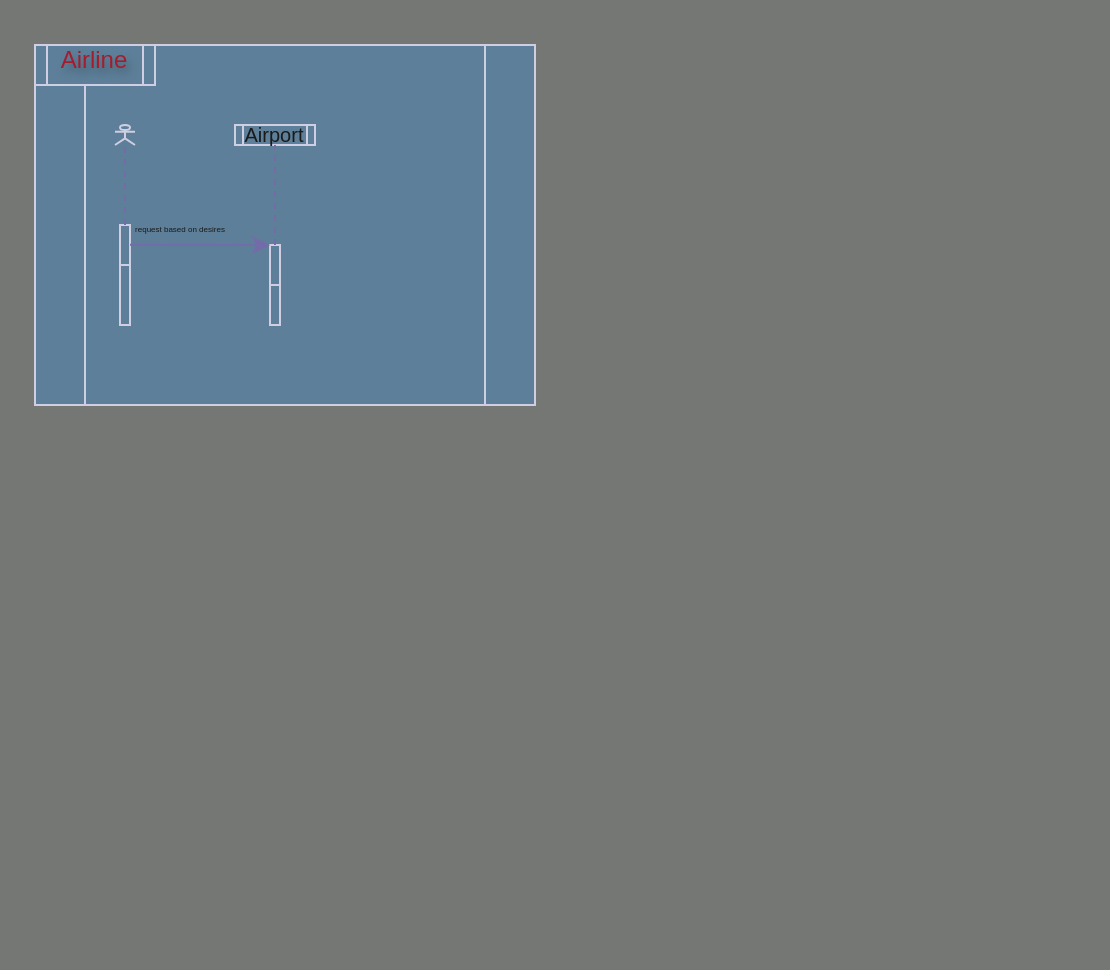
Above: Untitled Diagram.drawio in idibek-alimov/chatbackend (draw.io), before the change. Source tidied: cells renumbered, new cells numbered last; positions are measured from the earlier drawing's top-left corner, leaving out a move shared by most shapes. Both pictures are drawn from the tidied source at 200%, with x=0, y=0 at pixel (34, 34).
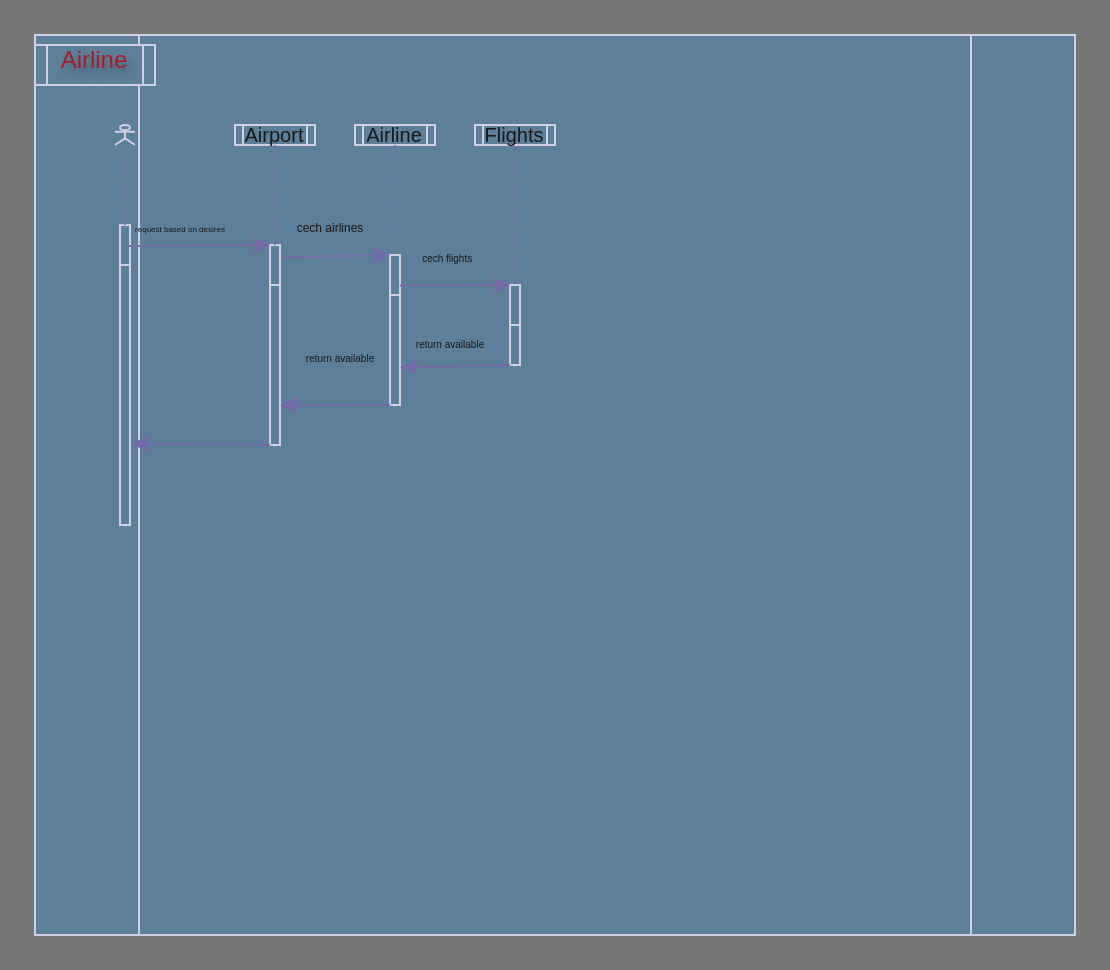
Above is the later version.

What changed in the source:
```diff
@@
     <mxCell id="2" style="shape=process;whiteSpace=wrap;html=1;backgroundOutline=1;labelBackgroundColor=none;fillColor=#5D7F99;strokeColor=#D0CEE2;fontColor=#1A1A1A;" parent="1" vertex="1">
-      <mxGeometry y="5" width="250" height="180" as="geometry" />
+      <mxGeometry width="520" height="450" as="geometry" />
     </mxCell>
@@
     <mxCell id="6" style="shape=internalStorage;whiteSpace=wrap;html=1;backgroundOutline=1;strokeColor=#D0CEE2;fontColor=#1A1A1A;fillColor=#5D7F99;" parent="1" vertex="1">
-      <mxGeometry x="42.5" y="95" width="5" height="50" as="geometry" />
+      <mxGeometry x="42.5" y="95" width="5" height="150" as="geometry" />
     </mxCell>
@@
     <mxCell id="9" style="shape=internalStorage;whiteSpace=wrap;html=1;backgroundOutline=1;strokeColor=#D0CEE2;fontColor=#1A1A1A;fillColor=#5D7F99;" parent="1" vertex="1">
-      <mxGeometry x="117.5" y="105" width="5" height="40" as="geometry" />
+      <mxGeometry x="117.5" y="105" width="5" height="100" as="geometry" />
     </mxCell>
@@
-    <mxCell id="11" style="endArrow=classic;html=1;rounded=0;strokeColor=#736CA8;fontColor=#1A1A1A;exitX=1.006;exitY=0.198;exitDx=0;exitDy=0;exitPerimeter=0;entryX=0;entryY=0;entryDx=0;entryDy=0;" parent="1" edge="1" source="6" target="9">
+    <mxCell id="11" style="endArrow=classic;html=1;rounded=0;strokeColor=#736CA8;fontColor=#1A1A1A;exitX=0.867;exitY=0.07;exitDx=0;exitDy=0;exitPerimeter=0;entryX=0;entryY=0;entryDx=0;entryDy=0;" parent="1" edge="1" source="6" target="9">
       <mxGeometry relative="1" as="geometry" />
     </mxCell>
@@
+    <mxCell id="13" value="&lt;font size=&quot;1&quot;&gt;Airline&lt;/font&gt;" style="shape=process;whiteSpace=wrap;html=1;backgroundOutline=1;strokeColor=#D0CEE2;fontColor=#1A1A1A;fillColor=#5D7F99;" parent="1" vertex="1">
+      <mxGeometry x="160" y="45" width="40" height="10" as="geometry" />
+    </mxCell>
+    <mxCell id="14" style="endArrow=none;dashed=1;html=1;rounded=0;strokeColor=#736CA8;fontColor=#1A1A1A;exitX=0.5;exitY=0;exitDx=0;exitDy=0;entryX=0.5;entryY=1;entryDx=0;entryDy=0;" parent="1" edge="1" source="15" target="13">
+      <mxGeometry relative="1" as="geometry" />
+    </mxCell>
+    <mxCell id="15" style="shape=internalStorage;whiteSpace=wrap;html=1;backgroundOutline=1;strokeColor=#D0CEE2;fontColor=#1A1A1A;fillColor=#5D7F99;" parent="1" vertex="1">
+      <mxGeometry x="177.5" y="110" width="5" height="75" as="geometry" />
+    </mxCell>
+    <mxCell id="16" style="endArrow=classic;html=1;rounded=0;strokeColor=#736CA8;fontColor=#1A1A1A;exitX=1.17;exitY=0.061;exitDx=0;exitDy=0;exitPerimeter=0;entryX=0;entryY=0;entryDx=0;entryDy=0;" parent="1" edge="1" source="9" target="15">
+      <mxGeometry relative="1" as="geometry" />
+    </mxCell>
+    <mxCell id="17" value="&lt;font style=&quot;font-size: 6px;&quot;&gt;cech airlines&lt;/font&gt;" style="text;html=1;align=center;verticalAlign=middle;whiteSpace=wrap;rounded=0;fontColor=#1A1A1A;" parent="1" vertex="1">
+      <mxGeometry x="117.5" y="80" width="60" height="30" as="geometry" />
+    </mxCell>
+    <mxCell id="18" value="&lt;font size=&quot;1&quot;&gt;Flights&lt;/font&gt;" style="shape=process;whiteSpace=wrap;html=1;backgroundOutline=1;strokeColor=#D0CEE2;fontColor=#1A1A1A;fillColor=#5D7F99;" parent="1" vertex="1">
+      <mxGeometry x="220" y="45" width="40" height="10" as="geometry" />
+    </mxCell>
+    <mxCell id="19" style="endArrow=none;dashed=1;html=1;rounded=0;strokeColor=#736CA8;fontColor=#1A1A1A;exitX=0.5;exitY=0;exitDx=0;exitDy=0;entryX=0.5;entryY=1;entryDx=0;entryDy=0;" parent="1" edge="1" source="20" target="18">
+      <mxGeometry relative="1" as="geometry" />
+    </mxCell>
+    <mxCell id="20" style="shape=internalStorage;whiteSpace=wrap;html=1;backgroundOutline=1;strokeColor=#D0CEE2;fontColor=#1A1A1A;fillColor=#5D7F99;" parent="1" vertex="1">
+      <mxGeometry x="237.5" y="125" width="5" height="40" as="geometry" />
+    </mxCell>
+    <mxCell id="21" value="&lt;font style=&quot;font-size: 5px;&quot;&gt;cech flights&amp;nbsp;&amp;nbsp;&lt;/font&gt;" style="text;html=1;align=center;verticalAlign=middle;whiteSpace=wrap;rounded=0;fontColor=#1A1A1A;" parent="1" vertex="1">
+      <mxGeometry x="177.5" y="95" width="60" height="30" as="geometry" />
+    </mxCell>
+    <mxCell id="22" style="endArrow=classic;html=1;rounded=0;strokeColor=#736CA8;fontColor=#1A1A1A;exitX=0.082;exitY=1.008;exitDx=0;exitDy=0;exitPerimeter=0;entryX=0;entryY=0;entryDx=0;entryDy=0;" parent="1" edge="1" source="21" target="20">
+      <mxGeometry relative="1" as="geometry" />
+    </mxCell>
+    <mxCell id="23" style="endArrow=classic;html=1;rounded=0;strokeColor=#736CA8;fontColor=#1A1A1A;exitX=0;exitY=1;exitDx=0;exitDy=0;entryX=1;entryY=0.75;entryDx=0;entryDy=0;" parent="1" edge="1" source="20" target="15">
+      <mxGeometry relative="1" as="geometry" />
+    </mxCell>
+    <mxCell id="24" value="&lt;font style=&quot;font-size: 5px;&quot;&gt;return available&lt;/font&gt;" style="text;html=1;align=center;verticalAlign=middle;whiteSpace=wrap;rounded=0;fontColor=#1A1A1A;" parent="1" vertex="1">
+      <mxGeometry x="177.5" y="140" width="60" height="25" as="geometry" />
+    </mxCell>
+    <mxCell id="25" value="&lt;font style=&quot;font-size: 5px;&quot;&gt;return available&lt;/font&gt;" style="text;html=1;align=center;verticalAlign=middle;whiteSpace=wrap;rounded=0;fontColor=#1A1A1A;" parent="1" vertex="1">
+      <mxGeometry x="122.5" y="145" width="60" height="30" as="geometry" />
+    </mxCell>
+    <mxCell id="26" style="endArrow=classic;html=1;rounded=0;strokeColor=#736CA8;fontColor=#1A1A1A;exitX=0;exitY=1;exitDx=0;exitDy=0;entryX=1.013;entryY=0.801;entryDx=0;entryDy=0;entryPerimeter=0;" parent="1" edge="1" source="15" target="9">
+      <mxGeometry relative="1" as="geometry" />
+    </mxCell>
+    <mxCell id="27" style="endArrow=classic;html=1;rounded=0;strokeColor=#736CA8;fontColor=#1A1A1A;exitX=0;exitY=1;exitDx=0;exitDy=0;entryX=1.147;entryY=0.729;entryDx=0;entryDy=0;entryPerimeter=0;" parent="1" edge="1" source="9" target="6">
+      <mxGeometry relative="1" as="geometry" />
+    </mxCell>
```
